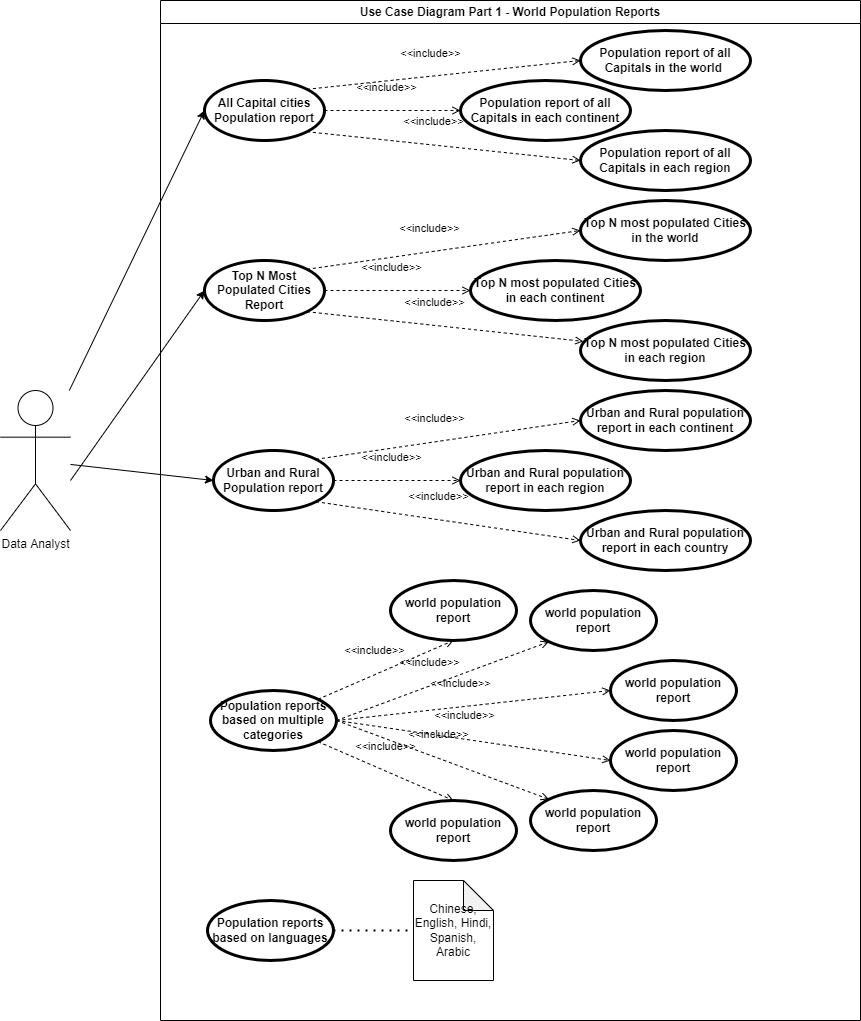
This is Use_Case_Diagram_Part2.png from kaungmyat128/devops_coursework, a draw.io export, as it was before one commit. Source tidied: cells renumbered, new cells last; positions are measured from the earlier drawing's top-left corner, leaving out a move shared by most shapes. Its diagram source:
```xml
<mxGraphModel>
  <root>
    <mxCell id="0" />
    <mxCell id="1" parent="0" />
    <mxCell id="2" value="Use Case Diagram Part 1 - World Population Reports" style="swimlane;whiteSpace=wrap;html=1;" parent="1" vertex="1">
      <mxGeometry x="160" width="700" height="1020" as="geometry" />
    </mxCell>
    <mxCell id="3" value="All Capital cities Population report" style="shape=ellipse;html=1;strokeWidth=3;fontStyle=1;whiteSpace=wrap;align=center;perimeter=ellipsePerimeter;" parent="2" vertex="1">
      <mxGeometry x="44" y="80" width="120" height="60" as="geometry" />
    </mxCell>
    <mxCell id="4" value="&lt;b&gt;Top N Most Populated Cities Report&lt;/b&gt;" style="shape=ellipse;html=1;strokeWidth=3;fontStyle=1;whiteSpace=wrap;align=center;perimeter=ellipsePerimeter;" parent="2" vertex="1">
      <mxGeometry x="44" y="260" width="120" height="60" as="geometry" />
    </mxCell>
    <mxCell id="5" value="&lt;b&gt;Population reports based on multiple categories&lt;/b&gt;" style="shape=ellipse;html=1;strokeWidth=3;fontStyle=1;whiteSpace=wrap;align=center;perimeter=ellipsePerimeter;" parent="2" vertex="1">
      <mxGeometry x="50" y="690" width="126" height="60" as="geometry" />
    </mxCell>
    <mxCell id="6" value="Urban and Rural Population report" style="shape=ellipse;html=1;strokeWidth=3;fontStyle=1;whiteSpace=wrap;align=center;perimeter=ellipsePerimeter;" parent="2" vertex="1">
      <mxGeometry x="53" y="450" width="120" height="60" as="geometry" />
    </mxCell>
    <mxCell id="7" value="Population report of all Capitals in the world&amp;nbsp;" style="shape=ellipse;html=1;strokeWidth=3;fontStyle=1;whiteSpace=wrap;align=center;perimeter=ellipsePerimeter;" parent="2" vertex="1">
      <mxGeometry x="420" y="30" width="170" height="60" as="geometry" />
    </mxCell>
    <mxCell id="8" value="Population report of all Capitals&amp;nbsp;in each continent" style="shape=ellipse;html=1;strokeWidth=3;fontStyle=1;whiteSpace=wrap;align=center;perimeter=ellipsePerimeter;" parent="2" vertex="1">
      <mxGeometry x="300" y="80" width="170" height="60" as="geometry" />
    </mxCell>
    <mxCell id="9" value="Population report of all Capitals&amp;nbsp;in each region" style="shape=ellipse;html=1;strokeWidth=3;fontStyle=1;whiteSpace=wrap;align=center;perimeter=ellipsePerimeter;" parent="2" vertex="1">
      <mxGeometry x="420" y="130" width="170" height="60" as="geometry" />
    </mxCell>
    <mxCell id="10" value="Top N most populated Cities in the world" style="shape=ellipse;html=1;strokeWidth=3;fontStyle=1;whiteSpace=wrap;align=center;perimeter=ellipsePerimeter;" parent="2" vertex="1">
      <mxGeometry x="420" y="200" width="170" height="60" as="geometry" />
    </mxCell>
    <mxCell id="11" value="Top N most populated Cities in each continent" style="shape=ellipse;html=1;strokeWidth=3;fontStyle=1;whiteSpace=wrap;align=center;perimeter=ellipsePerimeter;" parent="2" vertex="1">
      <mxGeometry x="310" y="260" width="170" height="60" as="geometry" />
    </mxCell>
    <mxCell id="12" value="Top N most populated Cities in each region" style="shape=ellipse;html=1;strokeWidth=3;fontStyle=1;whiteSpace=wrap;align=center;perimeter=ellipsePerimeter;" parent="2" vertex="1">
      <mxGeometry x="420" y="320" width="170" height="60" as="geometry" />
    </mxCell>
    <mxCell id="13" value="&amp;lt;&amp;lt;include&amp;gt;&amp;gt;" style="edgeStyle=none;html=1;endArrow=open;verticalAlign=bottom;dashed=1;labelBackgroundColor=none;rounded=0;entryX=0;entryY=0.5;entryDx=0;entryDy=0;exitX=1;exitY=1;exitDx=0;exitDy=0;" parent="2" edge="1" source="3" target="9">
      <mxGeometry x="-0.08" y="14" relative="1" as="geometry" />
    </mxCell>
    <mxCell id="14" value="&amp;lt;&amp;lt;include&amp;gt;&amp;gt;" style="edgeStyle=none;html=1;endArrow=open;verticalAlign=bottom;dashed=1;labelBackgroundColor=none;rounded=0;entryX=0;entryY=0.5;entryDx=0;entryDy=0;exitX=1;exitY=0;exitDx=0;exitDy=0;" parent="2" edge="1" source="4" target="10">
      <mxGeometry x="-0.08" y="14" relative="1" as="geometry" />
    </mxCell>
    <mxCell id="15" value="&amp;lt;&amp;lt;include&amp;gt;&amp;gt;" style="edgeStyle=none;html=1;endArrow=open;verticalAlign=bottom;dashed=1;labelBackgroundColor=none;rounded=0;entryX=0;entryY=0.5;entryDx=0;entryDy=0;" parent="2" edge="1" source="4" target="11">
      <mxGeometry x="-0.08" y="14" relative="1" as="geometry" />
    </mxCell>
    <mxCell id="16" value="&amp;lt;&amp;lt;include&amp;gt;&amp;gt;" style="edgeStyle=none;html=1;endArrow=open;verticalAlign=bottom;dashed=1;labelBackgroundColor=none;rounded=0;exitX=1;exitY=1;exitDx=0;exitDy=0;entryX=0.017;entryY=0.348;entryDx=0;entryDy=0;entryPerimeter=0;" parent="2" edge="1" source="4" target="12">
      <mxGeometry x="-0.08" y="14" relative="1" as="geometry" />
    </mxCell>
    <mxCell id="17" value="Urban and Rural population report in each region" style="shape=ellipse;html=1;strokeWidth=3;fontStyle=1;whiteSpace=wrap;align=center;perimeter=ellipsePerimeter;" parent="2" vertex="1">
      <mxGeometry x="300" y="450" width="170" height="60" as="geometry" />
    </mxCell>
    <mxCell id="18" value="Urban and Rural population report in each continent" style="shape=ellipse;html=1;strokeWidth=3;fontStyle=1;whiteSpace=wrap;align=center;perimeter=ellipsePerimeter;" parent="2" vertex="1">
      <mxGeometry x="420" y="390" width="170" height="60" as="geometry" />
    </mxCell>
    <mxCell id="19" value="Urban and Rural population report in each country" style="shape=ellipse;html=1;strokeWidth=3;fontStyle=1;whiteSpace=wrap;align=center;perimeter=ellipsePerimeter;" parent="2" vertex="1">
      <mxGeometry x="420" y="510" width="170" height="60" as="geometry" />
    </mxCell>
    <mxCell id="20" value="&amp;lt;&amp;lt;include&amp;gt;&amp;gt;" style="edgeStyle=none;html=1;endArrow=open;verticalAlign=bottom;dashed=1;labelBackgroundColor=none;rounded=0;exitX=1;exitY=0;exitDx=0;exitDy=0;entryX=0;entryY=0.5;entryDx=0;entryDy=0;" parent="2" edge="1" source="3" target="7">
      <mxGeometry x="-0.08" y="14" relative="1" as="geometry" />
    </mxCell>
    <mxCell id="21" value="&amp;lt;&amp;lt;include&amp;gt;&amp;gt;" style="edgeStyle=none;html=1;endArrow=open;verticalAlign=bottom;dashed=1;labelBackgroundColor=none;rounded=0;entryX=0;entryY=0.5;entryDx=0;entryDy=0;exitX=1;exitY=0.5;exitDx=0;exitDy=0;" parent="2" edge="1" source="3" target="8">
      <mxGeometry x="-0.08" y="14" relative="1" as="geometry" />
    </mxCell>
    <mxCell id="22" value="&amp;lt;&amp;lt;include&amp;gt;&amp;gt;" style="edgeStyle=none;html=1;endArrow=open;verticalAlign=bottom;dashed=1;labelBackgroundColor=none;rounded=0;exitX=1;exitY=0.5;exitDx=0;exitDy=0;entryX=0;entryY=0.5;entryDx=0;entryDy=0;" parent="2" edge="1" source="6" target="17">
      <mxGeometry x="-0.08" y="14" relative="1" as="geometry" />
    </mxCell>
    <mxCell id="23" value="&amp;lt;&amp;lt;include&amp;gt;&amp;gt;" style="edgeStyle=none;html=1;endArrow=open;verticalAlign=bottom;dashed=1;labelBackgroundColor=none;rounded=0;exitX=1;exitY=0;exitDx=0;exitDy=0;entryX=0;entryY=0.5;entryDx=0;entryDy=0;" parent="2" edge="1" source="6" target="18">
      <mxGeometry x="-0.08" y="14" relative="1" as="geometry" />
    </mxCell>
    <mxCell id="24" value="&amp;lt;&amp;lt;include&amp;gt;&amp;gt;" style="edgeStyle=none;html=1;endArrow=open;verticalAlign=bottom;dashed=1;labelBackgroundColor=none;rounded=0;exitX=1;exitY=1;exitDx=0;exitDy=0;entryX=0;entryY=0.5;entryDx=0;entryDy=0;" parent="2" edge="1" source="6" target="19">
      <mxGeometry x="-0.08" y="14" relative="1" as="geometry" />
    </mxCell>
    <mxCell id="25" value="&lt;b&gt;world population report&lt;/b&gt;" style="shape=ellipse;html=1;strokeWidth=3;fontStyle=1;whiteSpace=wrap;align=center;perimeter=ellipsePerimeter;" parent="2" vertex="1">
      <mxGeometry x="230" y="580" width="126" height="60" as="geometry" />
    </mxCell>
    <mxCell id="26" value="&lt;b&gt;world population report&lt;/b&gt;" style="shape=ellipse;html=1;strokeWidth=3;fontStyle=1;whiteSpace=wrap;align=center;perimeter=ellipsePerimeter;" parent="2" vertex="1">
      <mxGeometry x="370" y="590" width="126" height="60" as="geometry" />
    </mxCell>
    <mxCell id="27" value="&lt;b&gt;world population report&lt;/b&gt;" style="shape=ellipse;html=1;strokeWidth=3;fontStyle=1;whiteSpace=wrap;align=center;perimeter=ellipsePerimeter;" parent="2" vertex="1">
      <mxGeometry x="450" y="660" width="126" height="60" as="geometry" />
    </mxCell>
    <mxCell id="28" value="&lt;b&gt;world population report&lt;/b&gt;" style="shape=ellipse;html=1;strokeWidth=3;fontStyle=1;whiteSpace=wrap;align=center;perimeter=ellipsePerimeter;" parent="2" vertex="1">
      <mxGeometry x="370" y="790" width="126" height="60" as="geometry" />
    </mxCell>
    <mxCell id="29" value="&lt;b&gt;world population report&lt;/b&gt;" style="shape=ellipse;html=1;strokeWidth=3;fontStyle=1;whiteSpace=wrap;align=center;perimeter=ellipsePerimeter;" parent="2" vertex="1">
      <mxGeometry x="230" y="800" width="126" height="60" as="geometry" />
    </mxCell>
    <mxCell id="30" value="&lt;b&gt;world population report&lt;/b&gt;" style="shape=ellipse;html=1;strokeWidth=3;fontStyle=1;whiteSpace=wrap;align=center;perimeter=ellipsePerimeter;" parent="2" vertex="1">
      <mxGeometry x="450" y="730" width="126" height="60" as="geometry" />
    </mxCell>
    <mxCell id="31" value="&amp;lt;&amp;lt;include&amp;gt;&amp;gt;" style="edgeStyle=none;html=1;endArrow=open;verticalAlign=bottom;dashed=1;labelBackgroundColor=none;rounded=0;exitX=1;exitY=0;exitDx=0;exitDy=0;entryX=0.5;entryY=1;entryDx=0;entryDy=0;" parent="2" edge="1" source="5" target="25">
      <mxGeometry x="-0.08" y="14" relative="1" as="geometry" />
    </mxCell>
    <mxCell id="32" value="&amp;lt;&amp;lt;include&amp;gt;&amp;gt;" style="edgeStyle=none;html=1;endArrow=open;verticalAlign=bottom;dashed=1;labelBackgroundColor=none;rounded=0;entryX=0;entryY=1;entryDx=0;entryDy=0;exitX=1;exitY=0.5;exitDx=0;exitDy=0;" parent="2" edge="1" source="5" target="26">
      <mxGeometry x="-0.08" y="14" relative="1" as="geometry" />
    </mxCell>
    <mxCell id="33" value="&amp;lt;&amp;lt;include&amp;gt;&amp;gt;" style="edgeStyle=none;html=1;endArrow=open;verticalAlign=bottom;dashed=1;labelBackgroundColor=none;rounded=0;exitX=1;exitY=0.5;exitDx=0;exitDy=0;entryX=0;entryY=0.5;entryDx=0;entryDy=0;" parent="2" edge="1" source="5" target="27">
      <mxGeometry x="-0.08" y="14" relative="1" as="geometry" />
    </mxCell>
    <mxCell id="34" value="&amp;lt;&amp;lt;include&amp;gt;&amp;gt;" style="edgeStyle=none;html=1;endArrow=open;verticalAlign=bottom;dashed=1;labelBackgroundColor=none;rounded=0;exitX=1;exitY=1;exitDx=0;exitDy=0;entryX=0.5;entryY=0;entryDx=0;entryDy=0;" parent="2" edge="1" source="5" target="29">
      <mxGeometry x="-0.08" y="14" relative="1" as="geometry" />
    </mxCell>
    <mxCell id="35" value="&amp;lt;&amp;lt;include&amp;gt;&amp;gt;" style="edgeStyle=none;html=1;endArrow=open;verticalAlign=bottom;dashed=1;labelBackgroundColor=none;rounded=0;exitX=1;exitY=0.5;exitDx=0;exitDy=0;entryX=0;entryY=0;entryDx=0;entryDy=0;" parent="2" edge="1" source="5" target="28">
      <mxGeometry x="-0.08" y="14" relative="1" as="geometry" />
    </mxCell>
    <mxCell id="36" value="&amp;lt;&amp;lt;include&amp;gt;&amp;gt;" style="edgeStyle=none;html=1;endArrow=open;verticalAlign=bottom;dashed=1;labelBackgroundColor=none;rounded=0;exitX=1;exitY=0.5;exitDx=0;exitDy=0;entryX=0;entryY=0.5;entryDx=0;entryDy=0;" parent="2" edge="1" source="5" target="30">
      <mxGeometry x="-0.08" y="14" relative="1" as="geometry" />
    </mxCell>
    <mxCell id="37" value="&lt;b&gt;Population reports based on languages&lt;/b&gt;" style="shape=ellipse;html=1;strokeWidth=3;fontStyle=1;whiteSpace=wrap;align=center;perimeter=ellipsePerimeter;" parent="2" vertex="1">
      <mxGeometry x="47" y="900" width="126" height="60" as="geometry" />
    </mxCell>
    <mxCell id="38" value="Chinese, English, Hindi, Spanish, Arabic" style="shape=note;whiteSpace=wrap;html=1;backgroundOutline=1;darkOpacity=0.05;" parent="2" vertex="1">
      <mxGeometry x="253" y="880" width="80" height="100" as="geometry" />
    </mxCell>
    <mxCell id="39" style="endArrow=none;dashed=1;html=1;dashPattern=1 3;strokeWidth=2;rounded=0;exitX=1;exitY=0.5;exitDx=0;exitDy=0;entryX=0;entryY=0.5;entryDx=0;entryDy=0;entryPerimeter=0;" parent="2" edge="1" source="37" target="38">
      <mxGeometry relative="1" as="geometry" />
    </mxCell>
    <mxCell id="40" value="Data Analyst" style="shape=umlActor;html=1;verticalLabelPosition=bottom;verticalAlign=top;align=center;" parent="1" vertex="1">
      <mxGeometry y="390" width="70" height="140" as="geometry" />
    </mxCell>
    <mxCell id="41" style="endArrow=classic;html=1;rounded=0;entryX=0;entryY=0.5;entryDx=0;entryDy=0;" parent="1" edge="1" source="40" target="3">
      <mxGeometry relative="1" as="geometry" />
    </mxCell>
    <mxCell id="42" style="endArrow=classic;html=1;rounded=0;entryX=0;entryY=0.5;entryDx=0;entryDy=0;" parent="1" edge="1" target="4">
      <mxGeometry relative="1" as="geometry">
        <mxPoint x="70" y="480" as="sourcePoint" />
      </mxGeometry>
    </mxCell>
    <mxCell id="43" style="endArrow=classic;html=1;rounded=0;entryX=0;entryY=0.5;entryDx=0;entryDy=0;" parent="1" edge="1" source="40" target="6">
      <mxGeometry relative="1" as="geometry" />
    </mxCell>
  </root>
</mxGraphModel>
```
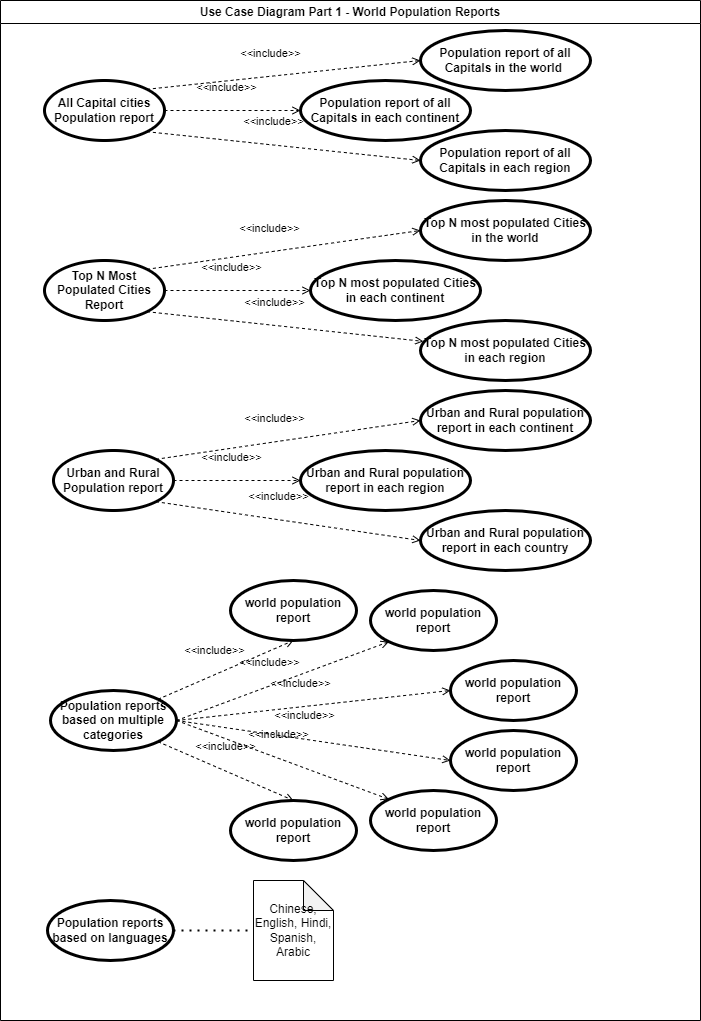
After the commit.

Commit message:
Completed Use Case Diagram

Change to the diagram source:
```diff
@@ -116,19 +116,5 @@
     <mxCell id="39" style="endArrow=none;dashed=1;html=1;dashPattern=1 3;strokeWidth=2;rounded=0;exitX=1;exitY=0.5;exitDx=0;exitDy=0;entryX=0;entryY=0.5;entryDx=0;entryDy=0;entryPerimeter=0;" parent="2" edge="1" source="37" target="38">
       <mxGeometry relative="1" as="geometry" />
     </mxCell>
-    <mxCell id="40" value="Data Analyst" style="shape=umlActor;html=1;verticalLabelPosition=bottom;verticalAlign=top;align=center;" parent="1" vertex="1">
-      <mxGeometry y="390" width="70" height="140" as="geometry" />
-    </mxCell>
-    <mxCell id="41" style="endArrow=classic;html=1;rounded=0;entryX=0;entryY=0.5;entryDx=0;entryDy=0;" parent="1" edge="1" source="40" target="3">
-      <mxGeometry relative="1" as="geometry" />
-    </mxCell>
-    <mxCell id="42" style="endArrow=classic;html=1;rounded=0;entryX=0;entryY=0.5;entryDx=0;entryDy=0;" parent="1" edge="1" target="4">
-      <mxGeometry relative="1" as="geometry">
-        <mxPoint x="70" y="480" as="sourcePoint" />
-      </mxGeometry>
-    </mxCell>
-    <mxCell id="43" style="endArrow=classic;html=1;rounded=0;entryX=0;entryY=0.5;entryDx=0;entryDy=0;" parent="1" edge="1" source="40" target="6">
-      <mxGeometry relative="1" as="geometry" />
-    </mxCell>
   </root>
 </mxGraphModel>
```
